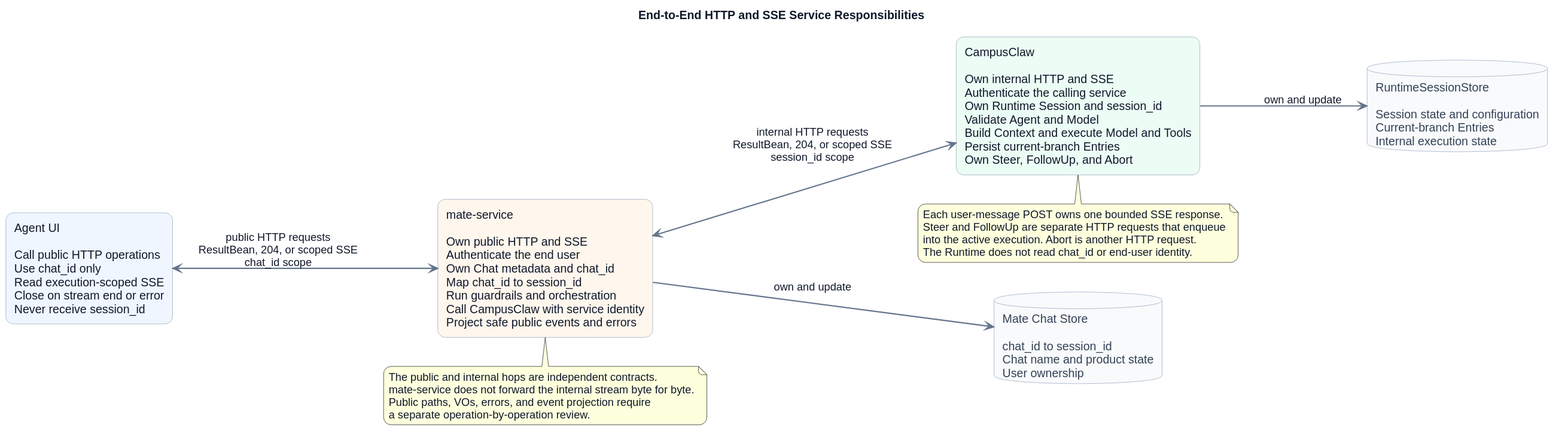
Earlier version of the PlantUML export pi-mono-java-manager-driven-multi-agent-runtime/mate_agent_service_responsibility_boundary.svg (ssm0808/pi-mono-java-design).
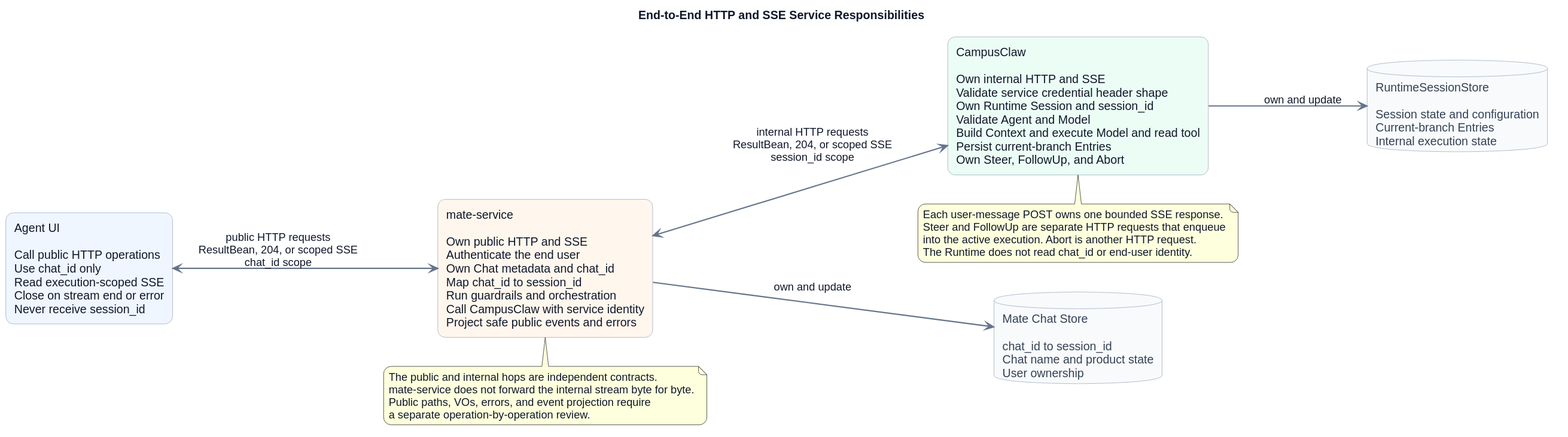
Above is the later version.

The edit, as a diff of the source:
```diff
@@ -25,7 +25,7 @@
 
 rectangle "mate-service\n\nOwn public HTTP and SSE\nAuthenticate the end user\nOwn Chat metadata and chat_id\nMap chat_id to session_id\nRun guardrails and orchestration\nCall CampusClaw with service identity\nProject safe public events and errors" as Mate #FFF7ED
 
-rectangle "CampusClaw\n\nOwn internal HTTP and SSE\nAuthenticate the calling service\nOwn Runtime Session and session_id\nValidate Agent and Model\nBuild Context and execute Model and Tools\nPersist current-branch Entries\nOwn Steer, FollowUp, and Abort" as Runtime #ECFDF5
+rectangle "CampusClaw\n\nOwn internal HTTP and SSE\nValidate service credential header shape\nOwn Runtime Session and session_id\nValidate Agent and Model\nBuild Context and execute Model and read tool\nPersist current-branch Entries\nOwn Steer, FollowUp, and Abort" as Runtime #ECFDF5
 
 database "Mate Chat Store\n\nchat_id to session_id\nChat name and product state\nUser ownership" as MateStore
 
```
